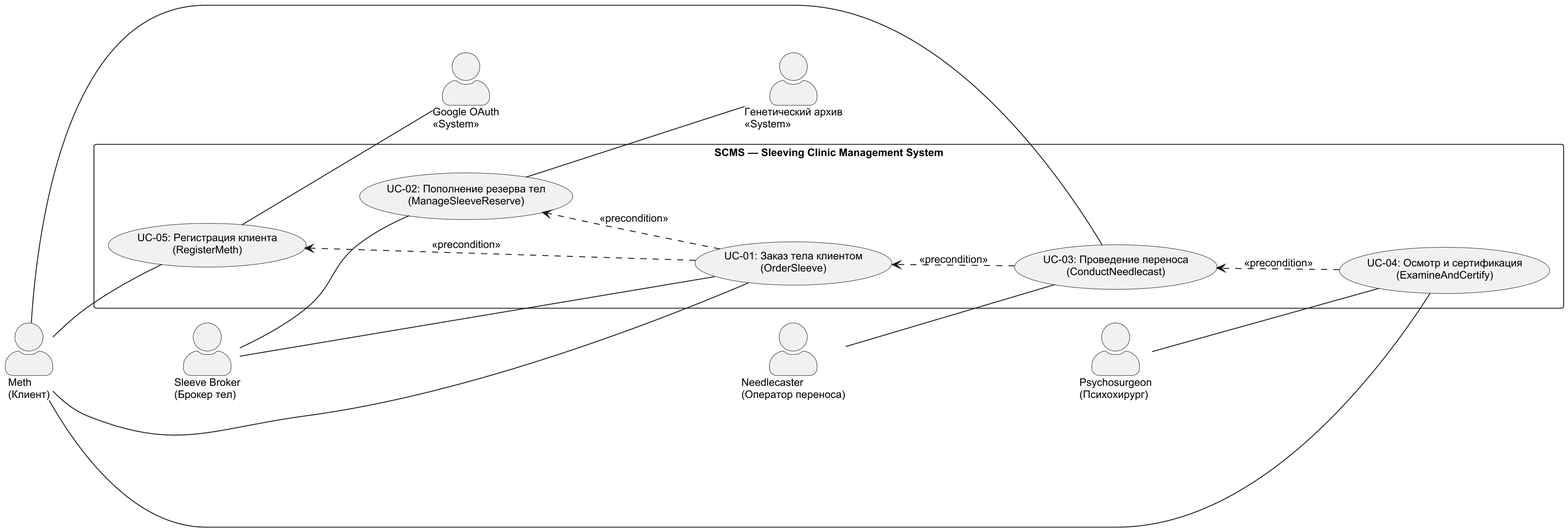
Before: use-case-diagrams/uc00-Overview.png, a diagram exported from PlantUML (ErnandesDaniel/modified-carbon). The source it was exported from:
```plantuml
@startuml
skinparam packageStyle rectangle
skinparam actorStyle awesome
skinparam dpi 200
skinparam defaultFontName Arial
skinparam defaultFontSize 12

left to right direction

actor "Meth\n(Клиент)" as METH
actor "Sleeve Broker\n(Брокер тел)" as BROKER
actor "Needlecaster\n(Оператор переноса)" as NC
actor "Psychosurgeon\n(Психохирург)" as PSY

actor "Google OAuth\n<<System>>" as GOOGLE
actor "Генетический архив\n<<System>>" as GA

METH -[hidden]down-> BROKER
BROKER -[hidden]down-> NC
NC -[hidden]down-> PSY
GOOGLE -[hidden]down-> GA

rectangle "SCMS — Sleeving Clinic Management System" as SCMS {

  usecase "UC-05: Регистрация клиента\n(RegisterMeth)" as UC05
  usecase "UC-02: Пополнение резерва тел\n(ManageSleeveReserve)" as UC02
  usecase "UC-01: Заказ тела клиентом\n(OrderSleeve)" as UC01
  usecase "UC-03: Проведение переноса\n(ConductNeedlecast)" as UC03
  usecase "UC-04: Осмотр и сертификация\n(ExamineAndCertify)" as UC04

  UC05 -[hidden]down-> UC02
  UC02 -[hidden]down-> UC01
  UC01 -[hidden]down-> UC03
  UC03 -[hidden]down-> UC04

  UC01 ..> UC05 : <<precondition>>
  UC01 ..> UC02 : <<precondition>>
  UC03 ..> UC01 : <<precondition>>
  UC04 ..> UC03 : <<precondition>>
}


METH -- UC05
UC05 -- GOOGLE

BROKER -- UC02
UC02 -- GA

METH -- UC01
BROKER -- UC01

METH -- UC03
NC -- UC03

METH -- UC04
PSY -- UC04

@enduml
```
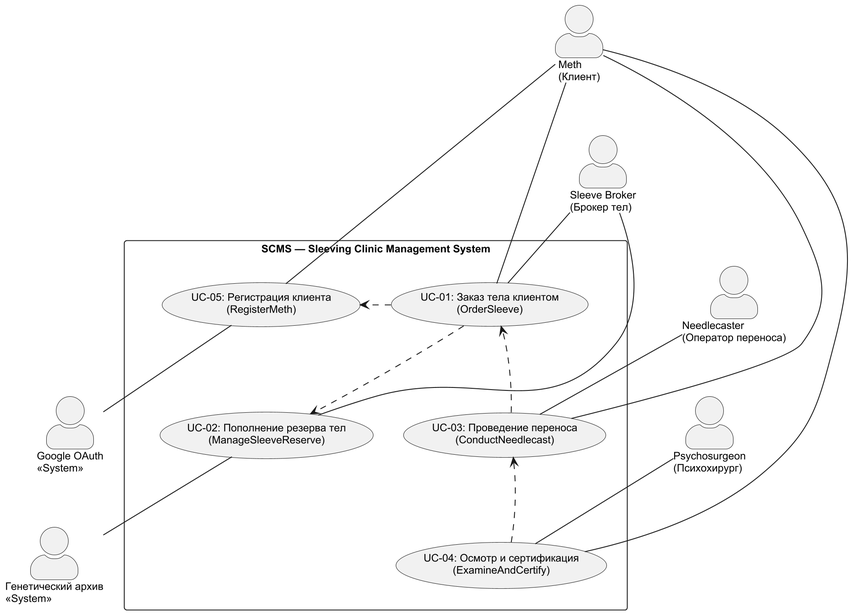
The same diagram one commit later.

Commit message:
правки общей диаграммы

Diff of the diagram source:
```diff
@@ -5,54 +5,59 @@
 skinparam defaultFontName Arial
 skinparam defaultFontSize 12
 
-left to right direction
-
 actor "Meth\n(Клиент)" as METH
 actor "Sleeve Broker\n(Брокер тел)" as BROKER
 actor "Needlecaster\n(Оператор переноса)" as NC
 actor "Psychosurgeon\n(Психохирург)" as PSY
 
+METH -[hidden]down-> BROKER
+BROKER -[hidden]down-> NC
+NC -[hidden]down-> PSY
+
 actor "Google OAuth\n<<System>>" as GOOGLE
 actor "Генетический архив\n<<System>>" as GA
 
-METH -[hidden]down-> BROKER
-BROKER -[hidden]down-> NC
-NC -[hidden]down-> PSY
 GOOGLE -[hidden]down-> GA
 
 rectangle "SCMS — Sleeving Clinic Management System" as SCMS {
 
-  usecase "UC-05: Регистрация клиента\n(RegisterMeth)" as UC05
-  usecase "UC-02: Пополнение резерва тел\n(ManageSleeveReserve)" as UC02
+  together {
+    usecase "UC-05: Регистрация клиента\n(RegisterMeth)" as UC05
+    usecase "UC-02: Пополнение резерва тел\n(ManageSleeveReserve)" as UC02
+  }
+
   usecase "UC-01: Заказ тела клиентом\n(OrderSleeve)" as UC01
   usecase "UC-03: Проведение переноса\n(ConductNeedlecast)" as UC03
   usecase "UC-04: Осмотр и сертификация\n(ExamineAndCertify)" as UC04
 
   UC05 -[hidden]down-> UC02
-  UC02 -[hidden]down-> UC01
-  UC01 -[hidden]down-> UC03
-  UC03 -[hidden]down-> UC04
 
-  UC01 ..> UC05 : <<precondition>>
-  UC01 ..> UC02 : <<precondition>>
-  UC03 ..> UC01 : <<precondition>>
-  UC04 ..> UC03 : <<precondition>>
+  UC05 -[hidden]right-> UC01
+  UC02 -[hidden]right-> UC01
+  UC01 -[hidden]right-> UC03
+  UC03 -[hidden]right-> UC04
+
+  UC01 ..> UC05
+  UC01 ..> UC02
+  UC03 ..> UC01
+  UC04 ..> UC03
 }
 
+METH -[hidden]right-> SCMS
+SCMS -[hidden]right-> GOOGLE
 
 METH -- UC05
+METH -- UC01
+METH -- UC03
+METH -- UC04
+
+BROKER -- UC01
+BROKER -- UC02
+
+NC -- UC03
+PSY -- UC04
+
 UC05 -- GOOGLE
-
-BROKER -- UC02
 UC02 -- GA
 
-METH -- UC01
-BROKER -- UC01
-
-METH -- UC03
-NC -- UC03
-
-METH -- UC04
-PSY -- UC04
-
 @enduml
```
